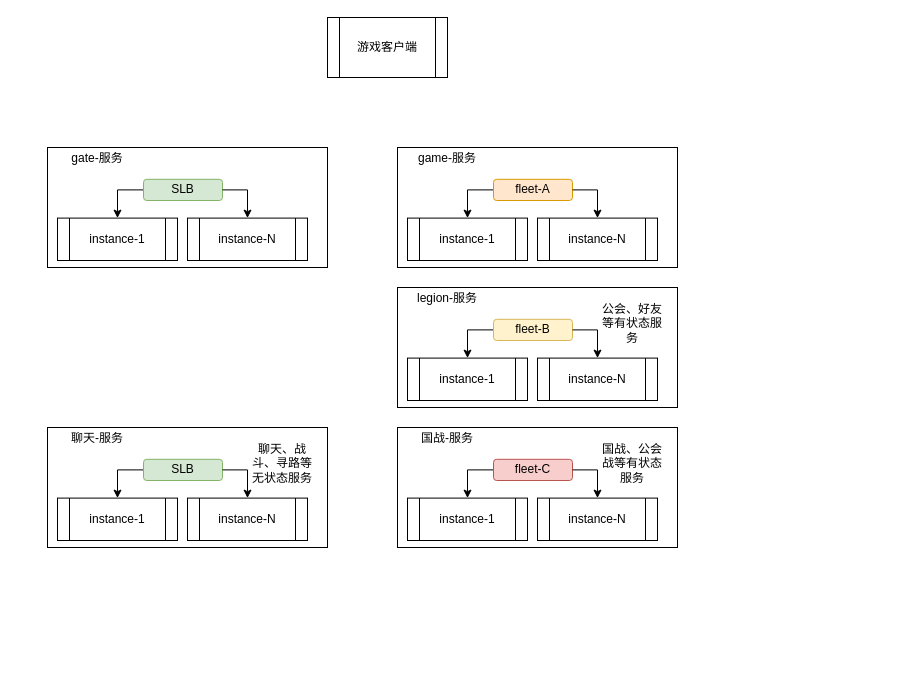
Before: page "Page-1" (1 of 2) of Untitled Diagram.drawio in hemaolong/caocaozhuan, a draw.io diagram. Source tidied: cells renumbered, new cells numbered last; positions are measured from the earlier drawing's top-left corner, leaving out a move shared by most shapes. Both pictures are drawn from the tidied source at 100%, with x=0, y=0 at pixel (47, 17).
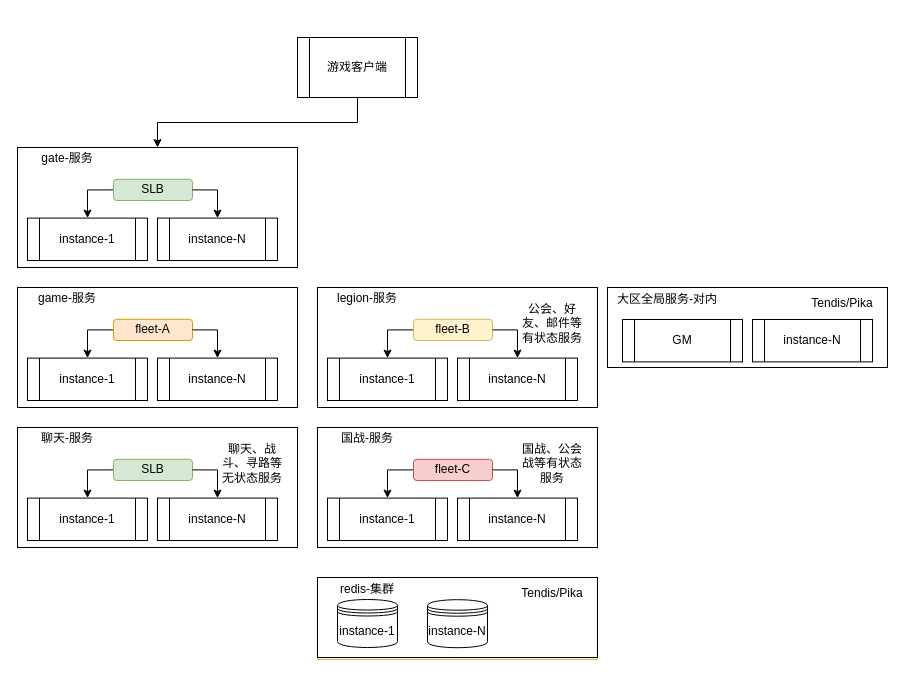
The same diagram, later.

The change refers to these unchanged cells:
```xml
<mxCell id="4" style="rounded=0;whiteSpace=wrap;html=1;" parent="3" vertex="1">
  <mxGeometry width="280" height="120" as="geometry" />
</mxCell>
```

Diff of the diagram source:
```diff
@@
+    <mxCell id="46" style="edgeStyle=orthogonalEdgeStyle;rounded=0;jettySize=auto;html=1;exitX=0.5;exitY=1;exitDx=0;exitDy=0;" parent="1" edge="1" source="2" target="4">
+      <mxGeometry relative="1" as="geometry" />
+    </mxCell>
     <mxCell id="2" value="游戏客户端" style="shape=process;whiteSpace=wrap;html=1;backgroundOutline=1;" parent="1" vertex="1">
-      <mxGeometry x="280" width="120" height="60" as="geometry" />
+      <mxGeometry x="250" y="20" width="120" height="60" as="geometry" />
     </mxCell>
     <mxCell id="3" style="group;fillColor=#fff2cc;strokeColor=#d6b656;" parent="1" vertex="1">
-      <mxGeometry y="130" width="280" height="120" as="geometry" />
+      <mxGeometry x="-30" y="130" width="280" height="120" as="geometry" />
     </mxCell>
@@
     <mxCell id="11" style="group;fillColor=#fff2cc;strokeColor=#d6b656;" parent="1" vertex="1">
-      <mxGeometry x="350" y="130" width="280" height="120" as="geometry" />
+      <mxGeometry x="-30" y="270" width="280" height="120" as="geometry" />
     </mxCell>
@@
     <mxCell id="19" style="group;fillColor=#fff2cc;strokeColor=#d6b656;" parent="1" vertex="1">
-      <mxGeometry x="350" y="270" width="280" height="120" as="geometry" />
+      <mxGeometry x="270" y="270" width="280" height="120" as="geometry" />
     </mxCell>
@@
-    <mxCell id="27" value="公会、好友等有状态服务" style="text;html=1;strokeColor=none;fillColor=none;align=center;verticalAlign=middle;whiteSpace=wrap;rounded=0;" parent="19" vertex="1">
+    <mxCell id="27" value="公会、好友、邮件等有状态服务" style="text;html=1;strokeColor=none;fillColor=none;align=center;verticalAlign=middle;whiteSpace=wrap;rounded=0;" parent="19" vertex="1">
       <mxGeometry x="200" y="12" width="70" height="48" as="geometry" />
     </mxCell>
     <mxCell id="28" style="group;fillColor=#fff2cc;strokeColor=#d6b656;" parent="1" vertex="1">
-      <mxGeometry x="350" y="410" width="280" height="120" as="geometry" />
+      <mxGeometry x="270" y="410" width="280" height="120" as="geometry" />
     </mxCell>
@@
     <mxCell id="37" style="group;fillColor=#fff2cc;strokeColor=#d6b656;" parent="1" vertex="1">
-      <mxGeometry y="410" width="280" height="120" as="geometry" />
+      <mxGeometry x="-30" y="410" width="280" height="120" as="geometry" />
     </mxCell>
@@
+    <mxCell id="47" style="group;" parent="1" vertex="1">
+      <mxGeometry x="270" y="560" width="280" height="82" as="geometry" />
+    </mxCell>
+    <mxCell id="48" style="group;fillColor=#fff2cc;strokeColor=#d6b656;" parent="47" vertex="1">
+      <mxGeometry width="280" height="82" as="geometry" />
+    </mxCell>
+    <mxCell id="49" style="rounded=0;whiteSpace=wrap;html=1;" parent="48" vertex="1">
+      <mxGeometry width="280" height="80" as="geometry" />
+    </mxCell>
+    <mxCell id="50" value="Tendis/Pika" style="text;html=1;strokeColor=none;fillColor=none;align=center;verticalAlign=middle;whiteSpace=wrap;rounded=0;" parent="48" vertex="1">
+      <mxGeometry x="200" width="70" height="32" as="geometry" />
+    </mxCell>
+    <mxCell id="51" value="instance-1" style="shape=datastore;whiteSpace=wrap;html=1;" parent="48" vertex="1">
+      <mxGeometry x="20" y="22" width="60" height="48" as="geometry" />
+    </mxCell>
+    <mxCell id="52" value="redis-集群" style="text;html=1;strokeColor=none;fillColor=none;align=center;verticalAlign=middle;whiteSpace=wrap;rounded=0;" parent="47" vertex="1">
+      <mxGeometry y="1" width="100" height="21.2" as="geometry" />
+    </mxCell>
+    <mxCell id="53" value="instance-N" style="shape=datastore;whiteSpace=wrap;html=1;" parent="47" vertex="1">
+      <mxGeometry x="110" y="22.2" width="60" height="48" as="geometry" />
+    </mxCell>
+    <mxCell id="54" style="group;" parent="1" vertex="1">
+      <mxGeometry x="560" y="270" width="280" height="80" as="geometry" />
+    </mxCell>
+    <mxCell id="55" style="group;fillColor=#fff2cc;strokeColor=#d6b656;" parent="54" vertex="1">
+      <mxGeometry width="280" height="80" as="geometry" />
+    </mxCell>
+    <mxCell id="56" style="rounded=0;whiteSpace=wrap;html=1;" parent="55" vertex="1">
+      <mxGeometry width="280" height="80" as="geometry" />
+    </mxCell>
+    <mxCell id="57" value="Tendis/Pika" style="text;html=1;strokeColor=none;fillColor=none;align=center;verticalAlign=middle;whiteSpace=wrap;rounded=0;" parent="55" vertex="1">
+      <mxGeometry x="200" width="70" height="32" as="geometry" />
+    </mxCell>
+    <mxCell id="58" value="GM" style="shape=process;whiteSpace=wrap;html=1;backgroundOutline=1;" parent="55" vertex="1">
+      <mxGeometry x="15" y="32" width="120" height="42.4" as="geometry" />
+    </mxCell>
+    <mxCell id="59" value="instance-N" style="shape=process;whiteSpace=wrap;html=1;backgroundOutline=1;" parent="55" vertex="1">
+      <mxGeometry x="145" y="32" width="120" height="42.4" as="geometry" />
+    </mxCell>
+    <mxCell id="60" value="大区全局服务-对内" style="text;html=1;strokeColor=none;fillColor=none;align=center;verticalAlign=middle;whiteSpace=wrap;rounded=0;" parent="54" vertex="1">
+      <mxGeometry y="1" width="120" height="21.2" as="geometry" />
+    </mxCell>
```
